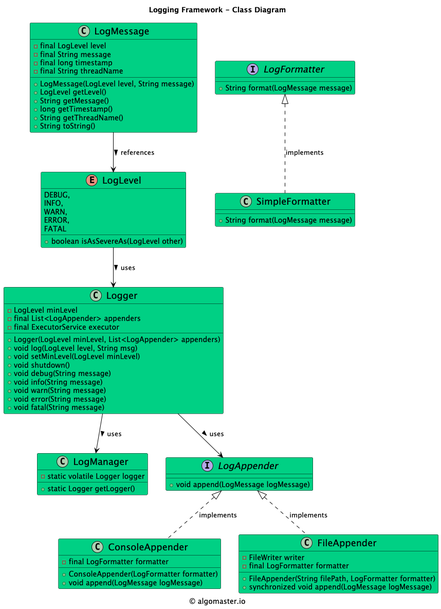
K-1303/low-level-design keeps this PlantUML diagram as uml-diagrams/class-diagrams/loggingframework-class-diagram.png. Above is the earlier version.
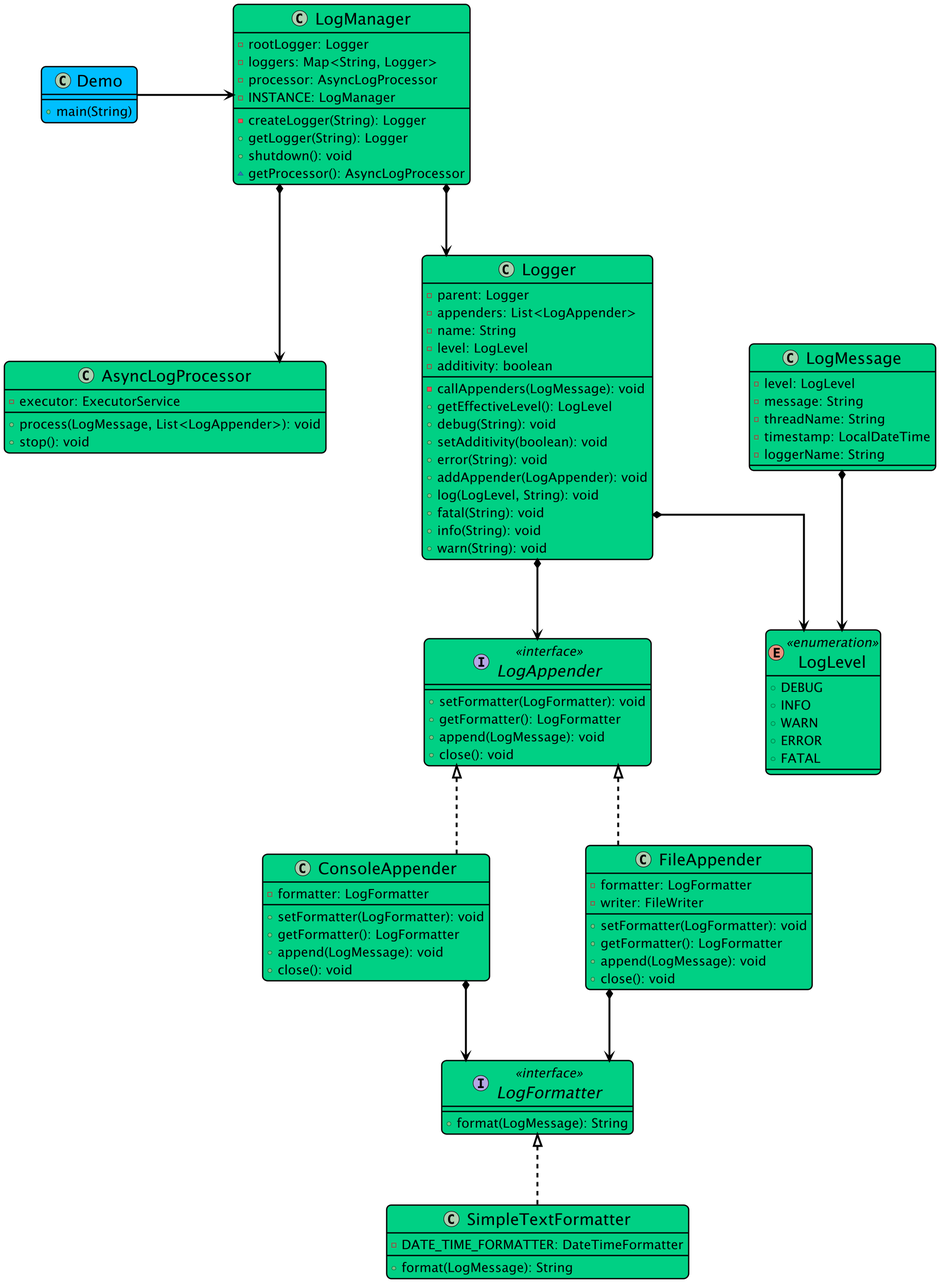
After the commit.

What changed in the source:
```diff
@@ -1,92 +1,116 @@
 @startuml
 
-title Logging Framework - Class Diagram
-
-caption © algomaster.io
+top to bottom direction
+skinparam linetype ortho
 
 skinparam backgroundColor white
 skinparam wrapWidth 500
+skinparam roundCorner 15
+skinparam defaultFontSize 20
+skinparam defaultFontColor black
+skinparam ArrowColor black
+skinparam Padding 2
+skinparam dpi 120
+skinparam nodesep 150
+skinparam ranksep 110
 
 skinparam class {
-  BackgroundColor #00D084
+  BackgroundColor #00d084
   BorderColor black
   ArrowColor black
-  FontSize 18
+  FontSize 25
+  BorderThickness 2
+  ArrowThickness 3
 }
 
+class AsyncLogProcessor {
+  - executor: ExecutorService
+  + process(LogMessage, List<LogAppender>): void
+  + stop(): void
+}
+class ConsoleAppender {
+  - formatter: LogFormatter
+  + setFormatter(LogFormatter): void
+  + getFormatter(): LogFormatter
+  + append(LogMessage): void
+  + close(): void
+}
+class FileAppender {
+  - formatter: LogFormatter
+  - writer: FileWriter
+  + setFormatter(LogFormatter): void
+  + getFormatter(): LogFormatter
+  + append(LogMessage): void
+  + close(): void
+}
+interface LogAppender << interface >> {
+  + setFormatter(LogFormatter): void
+  + getFormatter(): LogFormatter
+  + append(LogMessage): void
+  + close(): void
+}
+interface LogFormatter << interface >> {
+  + format(LogMessage): String
+}
+enum LogLevel << enumeration >> {
+  + DEBUG
+  + INFO
+  + WARN
+  + ERROR
+  + FATAL
+}
+class LogManager {
+  - rootLogger: Logger
+  - loggers: Map<String, Logger>
+  - processor: AsyncLogProcessor
+  - INSTANCE: LogManager
+  - createLogger(String): Logger
+  + getLogger(String): Logger
+  + shutdown(): void
+  ~ getProcessor(): AsyncLogProcessor
+}
+class LogMessage {
+  - level: LogLevel
+  - message: String
+  - threadName: String
+  - timestamp: LocalDateTime
+  - loggerName: String
+}
 class Logger {
-    - LogLevel minLevel
-    - final List<LogAppender> appenders
-    - final ExecutorService executor
-    + Logger(LogLevel minLevel, List<LogAppender> appenders)
-    + void log(LogLevel level, String msg)
-    + void setMinLevel(LogLevel minLevel)
-    + void shutdown()
-    + void debug(String message)
-    + void info(String message)
-    + void warn(String message)
-    + void error(String message)
-    + void fatal(String message)
+  - parent: Logger
+  - appenders: List<LogAppender>
+  - name: String
+  - level: LogLevel
+  - additivity: boolean
+  - callAppenders(LogMessage): void
+  + getEffectiveLevel(): LogLevel
+  + debug(String): void
+  + setAdditivity(boolean): void
+  + error(String): void
+  + addAppender(LogAppender): void
+  + log(LogLevel, String): void
+  + fatal(String): void
+  + info(String): void
+  + warn(String): void
+}
+class SimpleTextFormatter {
+  - DATE_TIME_FORMATTER: DateTimeFormatter
+  + format(LogMessage): String
 }
 
-class LogManager {
-    - static volatile Logger logger
-    + static Logger getLogger()
+class Demo #00bfff {
+    + main(String)
 }
 
-class LogMessage {
-    - final LogLevel level
-    - final String message
-    - final long timestamp
-    - final String threadName
-    + LogMessage(LogLevel level, String message)
-    + LogLevel getLevel()
-    + String getMessage()
-    + long getTimestamp()
-    + String getThreadName()
-    + String toString()
-}
-
-enum LogLevel {
-    DEBUG,
-    INFO,
-    WARN,
-    ERROR,
-    FATAL
-    + boolean isAsSevereAs(LogLevel other)
-}
-
-interface LogAppender {
-    + void append(LogMessage logMessage)
-}
-
-class ConsoleAppender {
-    - final LogFormatter formatter
-    + ConsoleAppender(LogFormatter formatter)
-    + void append(LogMessage logMessage)
-}
-
-class FileAppender {
-    - FileWriter writer
-    - final LogFormatter formatter
-    + FileAppender(String filePath, LogFormatter formatter)
-    + synchronized void append(LogMessage logMessage)
-}
-
-interface LogFormatter {
-    + String format(LogMessage message)
-}
-
-class SimpleFormatter {
-    + String format(LogMessage message)
-}
-
-Logger --> LogManager: uses >
-Logger --> LogAppender: uses >
-LogAppender <|.. ConsoleAppender: implements
-LogAppender <|.. FileAppender: implements
-LogFormatter <|.. SimpleFormatter: implements
-LogMessage --> LogLevel: references >
-LogLevel --> Logger: uses >
-
+LogAppender           ^-[dashed]- ConsoleAppender
+ConsoleAppender       *-[plain]-> LogFormatter
+LogAppender          ^-[dashed]- FileAppender
+FileAppender         *-[plain]-> LogFormatter
+LogManager           *-[plain]-> AsyncLogProcessor
+LogManager           *-[plain]-> Logger
+LogMessage           *-[plain]-> LogLevel
+Logger               *-[plain]-> LogAppender
+Logger               *-[plain]-> LogLevel
+LogFormatter         ^-[dashed]- SimpleTextFormatter
+Demo                 -[plain]right-> LogManager
 @enduml
```
